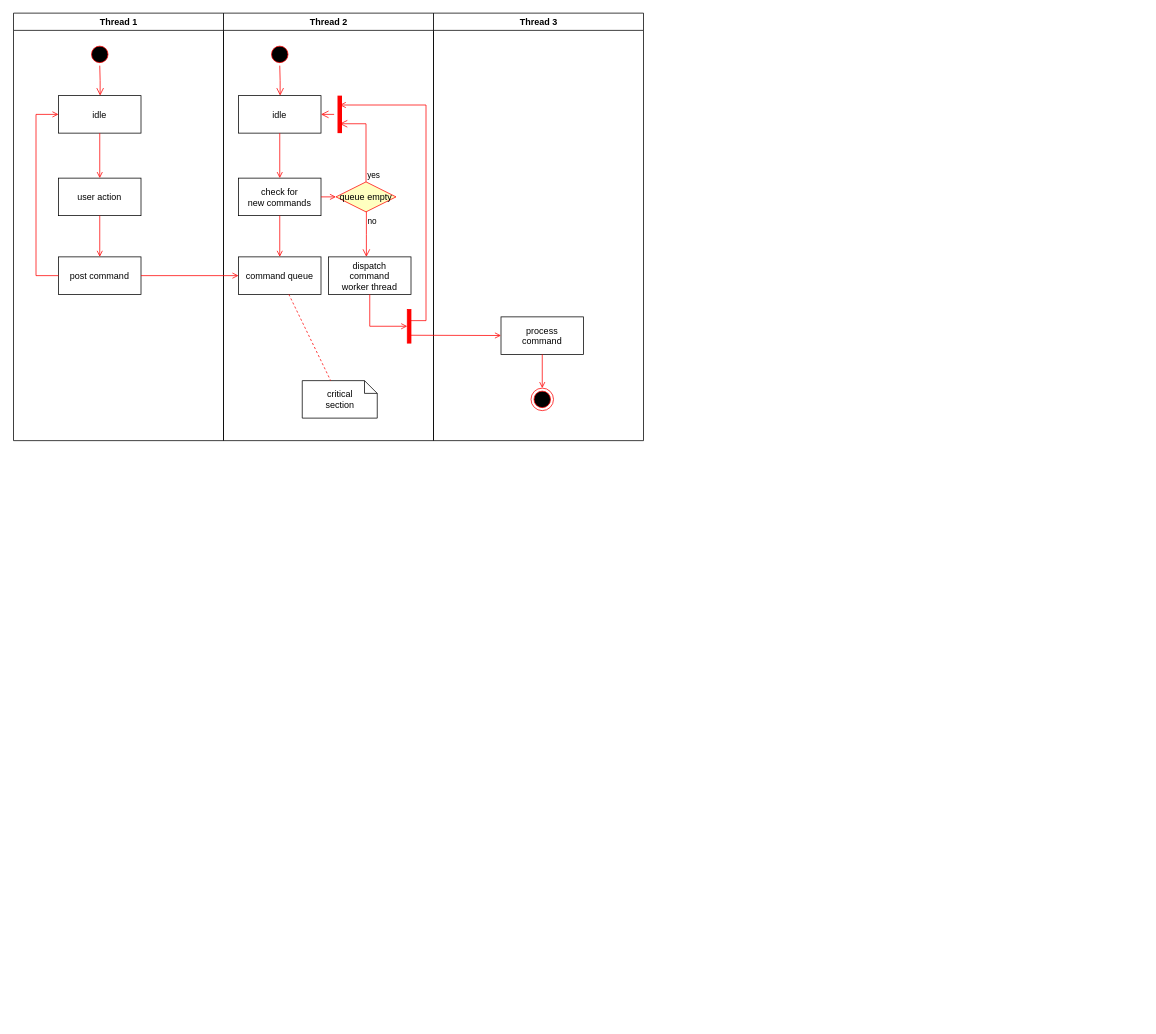
MMMLMF/notes keeps this draw.io diagram as nlp/Untitled Diagram.drawio. Above is the earlier version. Source tidied: cells renumbered, new cells numbered last; positions are measured from the earlier drawing's top-left corner, leaving out a move shared by most shapes. Both pictures are drawn from the tidied source at 75%, with x=0, y=0 at pixel (13, 13).
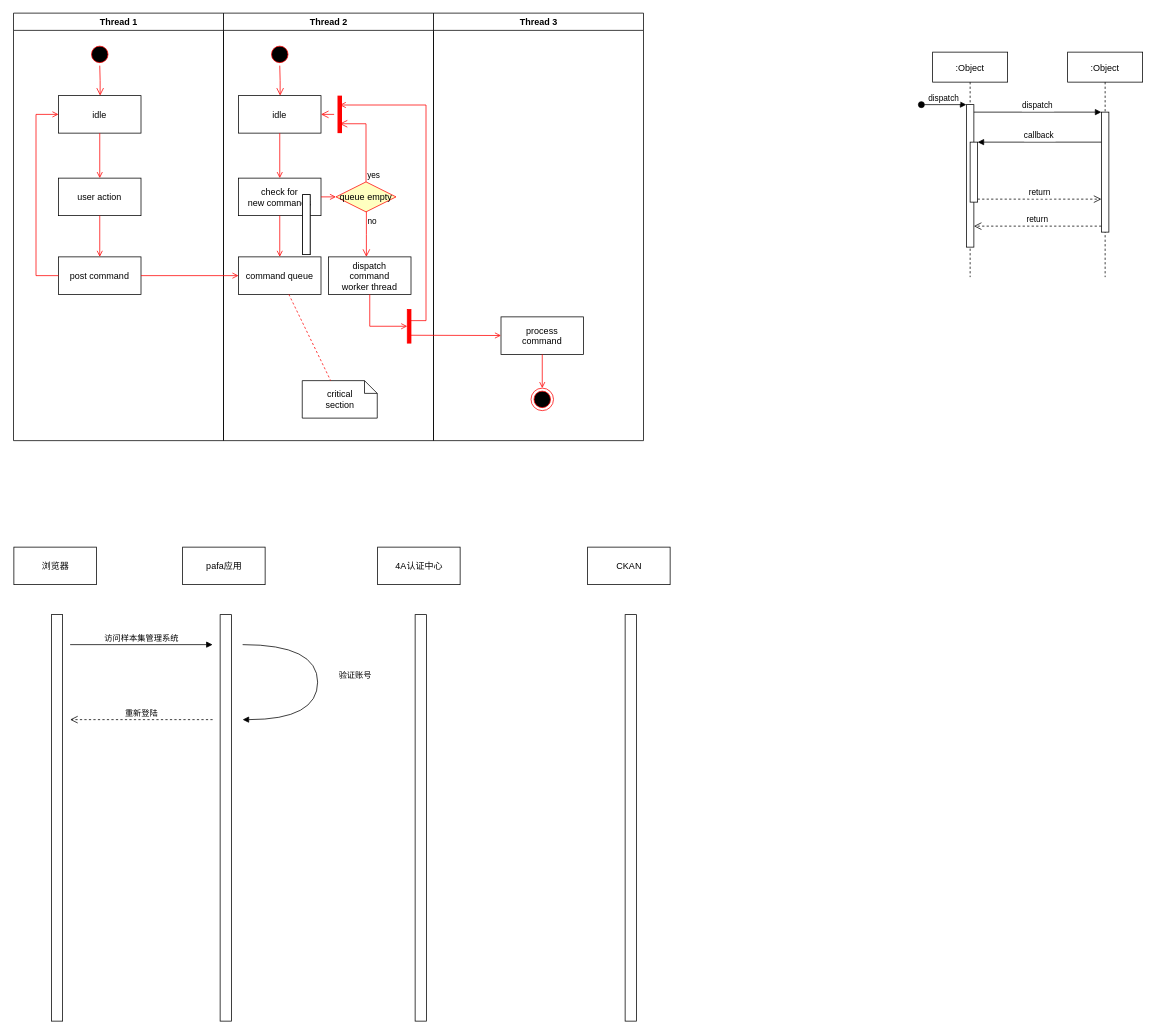
Above is the later version.

The edit, as a diff of the source:
```diff
@@
+    <mxCell id="37" style="html=1;perimeter=orthogonalPerimeter;" parent="1" vertex="1">
+      <mxGeometry x="386" y="242" width="10" height="80" as="geometry" />
+    </mxCell>
+    <mxCell id="38" style="html=1;perimeter=orthogonalPerimeter;" parent="1" vertex="1">
+      <mxGeometry x="386" y="242" width="10" height="80" as="geometry" />
+    </mxCell>
+    <mxCell id="39" style="html=1;perimeter=orthogonalPerimeter;" parent="1" vertex="1">
+      <mxGeometry x="51" y="802" width="15" height="542" as="geometry" />
+    </mxCell>
+    <mxCell id="40" value="浏览器" style="html=1;" parent="1" vertex="1">
+      <mxGeometry x="1" y="712" width="110" height="50" as="geometry" />
+    </mxCell>
+    <mxCell id="41" style="html=1;perimeter=orthogonalPerimeter;" parent="1" vertex="1">
+      <mxGeometry x="276" y="802" width="15" height="542" as="geometry" />
+    </mxCell>
+    <mxCell id="42" value="pafa应用" style="html=1;" parent="1" vertex="1">
+      <mxGeometry x="226" y="712" width="110" height="50" as="geometry" />
+    </mxCell>
+    <mxCell id="43" style="html=1;perimeter=orthogonalPerimeter;" parent="1" vertex="1">
+      <mxGeometry x="536" y="802" width="15" height="542" as="geometry" />
+    </mxCell>
+    <mxCell id="44" value="4A认证中心" style="html=1;" parent="1" vertex="1">
+      <mxGeometry x="486" y="712" width="110" height="50" as="geometry" />
+    </mxCell>
+    <mxCell id="45" style="html=1;perimeter=orthogonalPerimeter;" parent="1" vertex="1">
+      <mxGeometry x="816" y="802" width="15" height="542" as="geometry" />
+    </mxCell>
+    <mxCell id="46" value="CKAN" style="html=1;" parent="1" vertex="1">
+      <mxGeometry x="766" y="712" width="110" height="50" as="geometry" />
+    </mxCell>
+    <mxCell id="47" value="访问样本集管理系统" style="html=1;verticalAlign=bottom;endArrow=block;" parent="1" edge="1">
+      <mxGeometry relative="1" as="geometry">
+        <mxPoint x="76" y="842" as="sourcePoint" />
+        <mxPoint x="266" y="842" as="targetPoint" />
+      </mxGeometry>
+    </mxCell>
+    <mxCell id="48" value="验证账号" style="html=1;verticalAlign=bottom;endArrow=block;edgeStyle=orthogonalEdgeStyle;curved=1;" parent="1" edge="1">
+      <mxGeometry y="50" relative="1" as="geometry">
+        <mxPoint x="306" y="842" as="sourcePoint" />
+        <mxPoint x="306" y="942" as="targetPoint" />
+        <Array as="points">
+          <mxPoint x="406" y="842" />
+          <mxPoint x="406" y="942" />
+        </Array>
+      </mxGeometry>
+    </mxCell>
+    <mxCell id="49" value="重新登陆" style="html=1;verticalAlign=bottom;endArrow=open;dashed=1;endSize=8;" parent="1" edge="1">
+      <mxGeometry relative="1" as="geometry">
+        <mxPoint x="266" y="942" as="sourcePoint" />
+        <mxPoint x="76" y="942" as="targetPoint" />
+      </mxGeometry>
+    </mxCell>
+    <mxCell id="50" value=":Object" style="shape=umlLifeline;perimeter=lifelinePerimeter;rounded=0;shadow=0;strokeWidth=1;" parent="1" vertex="1">
+      <mxGeometry x="1226" y="52" width="100" height="300" as="geometry" />
+    </mxCell>
+    <mxCell id="51" style="points=[];perimeter=orthogonalPerimeter;rounded=0;shadow=0;strokeWidth=1;" parent="50" vertex="1">
+      <mxGeometry x="45" y="70" width="10" height="190" as="geometry" />
+    </mxCell>
+    <mxCell id="52" value="dispatch" style="verticalAlign=bottom;startArrow=oval;endArrow=block;startSize=8;shadow=0;strokeWidth=1;" parent="50" edge="1" target="51">
+      <mxGeometry relative="1" as="geometry">
+        <mxPoint x="-15" y="70" as="sourcePoint" />
+      </mxGeometry>
+    </mxCell>
+    <mxCell id="53" style="points=[];perimeter=orthogonalPerimeter;rounded=0;shadow=0;strokeWidth=1;" parent="50" vertex="1">
+      <mxGeometry x="50" y="120" width="10" height="80" as="geometry" />
+    </mxCell>
+    <mxCell id="54" value=":Object" style="shape=umlLifeline;perimeter=lifelinePerimeter;rounded=0;shadow=0;strokeWidth=1;" parent="1" vertex="1">
+      <mxGeometry x="1406" y="52" width="100" height="300" as="geometry" />
+    </mxCell>
+    <mxCell id="55" style="points=[];perimeter=orthogonalPerimeter;rounded=0;shadow=0;strokeWidth=1;" parent="54" vertex="1">
+      <mxGeometry x="45" y="80" width="10" height="160" as="geometry" />
+    </mxCell>
+    <mxCell id="56" value="return" style="verticalAlign=bottom;endArrow=open;dashed=1;endSize=8;exitX=0;exitY=0.95;shadow=0;strokeWidth=1;" parent="1" edge="1" source="55" target="51">
+      <mxGeometry relative="1" as="geometry" />
+    </mxCell>
+    <mxCell id="57" value="dispatch" style="verticalAlign=bottom;endArrow=block;entryX=0;entryY=0;shadow=0;strokeWidth=1;" parent="1" edge="1" source="51" target="55">
+      <mxGeometry relative="1" as="geometry" />
+    </mxCell>
+    <mxCell id="58" value="callback" style="verticalAlign=bottom;endArrow=block;entryX=1;entryY=0;shadow=0;strokeWidth=1;" parent="1" edge="1" source="55" target="53">
+      <mxGeometry relative="1" as="geometry" />
+    </mxCell>
+    <mxCell id="59" value="return" style="verticalAlign=bottom;endArrow=open;dashed=1;endSize=8;exitX=1;exitY=0.95;shadow=0;strokeWidth=1;" parent="1" edge="1" source="53" target="55">
+      <mxGeometry relative="1" as="geometry" />
+    </mxCell>
```
